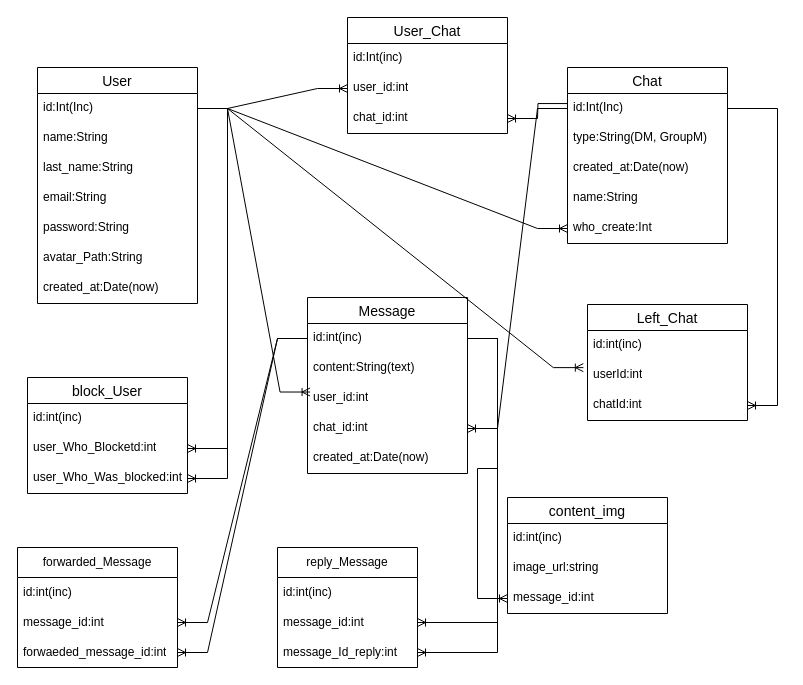
Above: Диаграмма без названия.drawio in lam1to/TestChat (draw.io), before the change. Source tidied: cells renumbered, new cells numbered last; positions are measured from the earlier drawing's top-left corner, leaving out a move shared by most shapes. Both pictures are drawn from the tidied source at 100%, with x=0, y=0 at pixel (-123, 17).
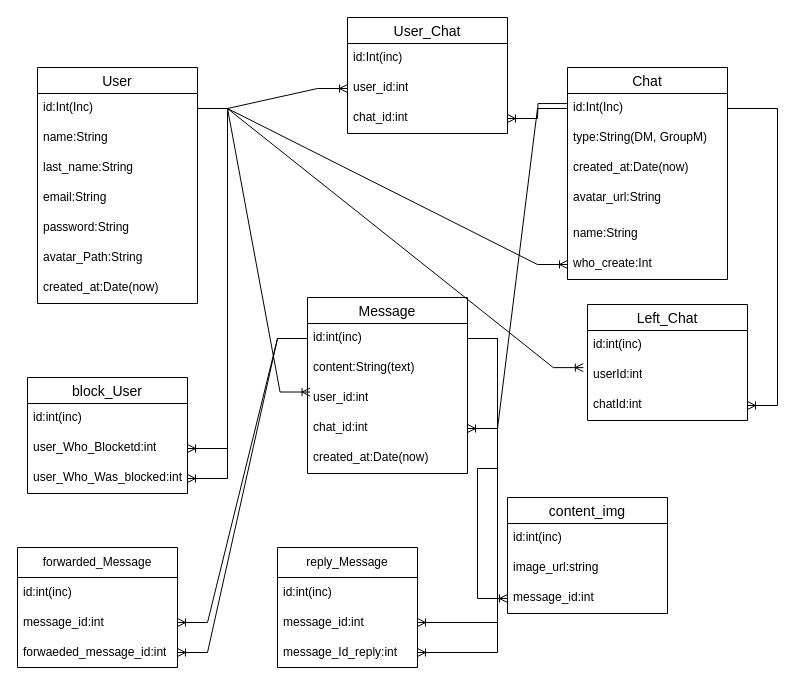
After the change.

Commit message:
group avatar

What changed in the source:
```diff
@@
     <mxCell id="10" value="Chat" style="swimlane;fontStyle=0;horizontal=1;startSize=26;align=center;fontSize=14;" parent="1" vertex="1">
-      <mxGeometry x="690" y="50" width="160" height="176" as="geometry" />
+      <mxGeometry x="690" y="50" width="160" height="212" as="geometry" />
     </mxCell>
@@
+    <mxCell id="60" value="avatar_url:String" style="text;strokeColor=none;fillColor=none;spacingLeft=4;spacingRight=4;overflow=hidden;fontSize=12;whiteSpace=wrap;html=1;" parent="10" vertex="1">
+      <mxGeometry y="116" width="160" height="36" as="geometry" />
+    </mxCell>
     <mxCell id="14" value="name:String" style="text;strokeColor=none;fillColor=none;spacingLeft=4;spacingRight=4;overflow=hidden;fontSize=12;whiteSpace=wrap;html=1;" parent="10" vertex="1">
-      <mxGeometry y="116" width="160" height="30" as="geometry" />
+      <mxGeometry y="152" width="160" height="30" as="geometry" />
     </mxCell>
     <mxCell id="15" value="who_create:Int" style="text;strokeColor=none;fillColor=none;spacingLeft=4;spacingRight=4;overflow=hidden;points=[[0,0.5],[1,0.5]];portConstraint=eastwest;fontSize=12;whiteSpace=wrap;html=1;" parent="10" vertex="1">
-      <mxGeometry y="146" width="160" height="30" as="geometry" />
+      <mxGeometry y="182" width="160" height="30" as="geometry" />
     </mxCell>
```
